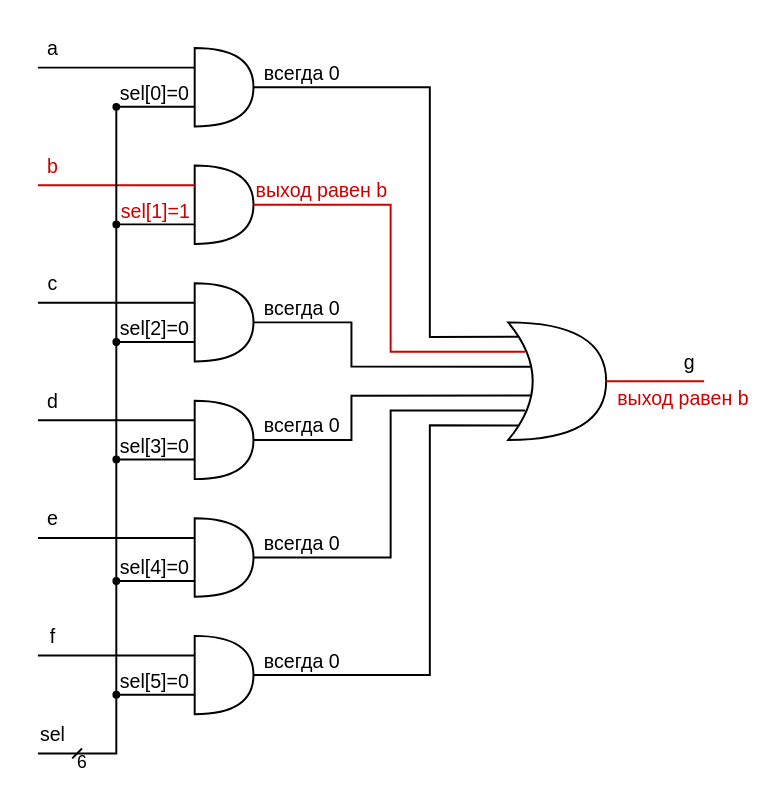
This is .pic/Introduction/How FPGA works/fig_10.drawio.svg from MPSU/APS, a draw.io export, as it was before one commit. Source tidied: cells renumbered, new cells last; positions are measured from the earlier drawing's top-left corner, leaving out a move shared by most shapes. Source of this version:
```xml
<mxGraphModel>
  <root>
    <mxCell id="0" />
    <mxCell id="1" parent="0" />
    <mxCell id="2" style="shape=or;whiteSpace=wrap;html=1;fillColor=none;strokeColor=#000000;fontColor=#424242;strokeWidth=2;" parent="1" vertex="1">
      <mxGeometry x="170" y="20" width="60" height="80" as="geometry" />
    </mxCell>
    <mxCell id="3" style="shape=or;whiteSpace=wrap;html=1;fillColor=none;strokeColor=#000000;fontColor=#424242;strokeWidth=2;" parent="1" vertex="1">
      <mxGeometry x="170" y="140" width="60" height="80" as="geometry" />
    </mxCell>
    <mxCell id="4" style="shape=or;whiteSpace=wrap;html=1;fillColor=none;strokeColor=#000000;fontColor=#424242;strokeWidth=2;" parent="1" vertex="1">
      <mxGeometry x="170" y="260" width="60" height="80" as="geometry" />
    </mxCell>
    <mxCell id="5" style="shape=or;whiteSpace=wrap;html=1;fillColor=none;strokeColor=#000000;fontColor=#424242;strokeWidth=2;" parent="1" vertex="1">
      <mxGeometry x="170" y="380" width="60" height="80" as="geometry" />
    </mxCell>
    <mxCell id="6" style="shape=or;whiteSpace=wrap;html=1;fillColor=none;strokeColor=#000000;fontColor=#424242;strokeWidth=2;" parent="1" vertex="1">
      <mxGeometry x="170" y="500" width="60" height="80" as="geometry" />
    </mxCell>
    <mxCell id="7" style="shape=or;whiteSpace=wrap;html=1;fillColor=none;strokeColor=#000000;fontColor=#424242;strokeWidth=2;" parent="1" vertex="1">
      <mxGeometry x="170" y="620" width="60" height="80" as="geometry" />
    </mxCell>
    <mxCell id="8" style="endArrow=none;html=1;rounded=0;strokeColor=#000000;fontColor=#424242;strokeWidth=2;" parent="1" edge="1">
      <mxGeometry relative="1" as="geometry">
        <mxPoint x="10" y="40" as="sourcePoint" />
        <mxPoint x="170" y="40" as="targetPoint" />
      </mxGeometry>
    </mxCell>
    <mxCell id="9" style="endArrow=none;html=1;rounded=0;strokeColor=#CC0000;fontColor=#424242;strokeWidth=2;" parent="1" edge="1">
      <mxGeometry relative="1" as="geometry">
        <mxPoint x="10" y="160" as="sourcePoint" />
        <mxPoint x="170" y="160" as="targetPoint" />
      </mxGeometry>
    </mxCell>
    <mxCell id="10" style="endArrow=none;html=1;rounded=0;strokeColor=#000000;fontColor=#424242;strokeWidth=2;" parent="1" edge="1">
      <mxGeometry relative="1" as="geometry">
        <mxPoint x="10" y="280" as="sourcePoint" />
        <mxPoint x="170" y="280" as="targetPoint" />
      </mxGeometry>
    </mxCell>
    <mxCell id="11" style="endArrow=none;html=1;rounded=0;strokeColor=#000000;fontColor=#424242;strokeWidth=2;" parent="1" edge="1">
      <mxGeometry relative="1" as="geometry">
        <mxPoint x="10" y="400" as="sourcePoint" />
        <mxPoint x="170" y="400" as="targetPoint" />
      </mxGeometry>
    </mxCell>
    <mxCell id="12" style="endArrow=none;html=1;rounded=0;strokeColor=#000000;fontColor=#424242;strokeWidth=2;" parent="1" edge="1">
      <mxGeometry relative="1" as="geometry">
        <mxPoint x="10" y="520" as="sourcePoint" />
        <mxPoint x="170" y="520" as="targetPoint" />
      </mxGeometry>
    </mxCell>
    <mxCell id="13" style="endArrow=none;html=1;rounded=0;strokeColor=#000000;fontColor=#424242;strokeWidth=2;" parent="1" edge="1">
      <mxGeometry relative="1" as="geometry">
        <mxPoint x="10" y="640" as="sourcePoint" />
        <mxPoint x="170" y="640" as="targetPoint" />
      </mxGeometry>
    </mxCell>
    <mxCell id="14" style="endArrow=none;html=1;rounded=0;startArrow=oval;startFill=1;strokeColor=#000000;fontColor=#424242;strokeWidth=2;" parent="1" edge="1">
      <mxGeometry relative="1" as="geometry">
        <mxPoint x="90" y="680" as="sourcePoint" />
        <mxPoint x="170" y="680" as="targetPoint" />
      </mxGeometry>
    </mxCell>
    <mxCell id="15" style="endArrow=none;html=1;rounded=0;strokeColor=#000000;fontColor=#424242;strokeWidth=2;" parent="1" edge="1">
      <mxGeometry relative="1" as="geometry">
        <mxPoint x="90" y="680" as="sourcePoint" />
        <mxPoint x="90" y="80" as="targetPoint" />
      </mxGeometry>
    </mxCell>
    <mxCell id="16" style="endArrow=none;html=1;rounded=0;strokeColor=#000000;fontColor=#424242;strokeWidth=2;" parent="1" edge="1">
      <mxGeometry relative="1" as="geometry">
        <mxPoint x="10" y="740" as="sourcePoint" />
        <mxPoint x="90" y="680" as="targetPoint" />
        <Array as="points">
          <mxPoint x="90" y="740" />
        </Array>
      </mxGeometry>
    </mxCell>
    <mxCell id="17" style="endArrow=none;html=1;rounded=0;startArrow=oval;startFill=1;strokeColor=#000000;fontColor=#424242;strokeWidth=2;" parent="1" edge="1">
      <mxGeometry relative="1" as="geometry">
        <mxPoint x="90" y="564" as="sourcePoint" />
        <mxPoint x="170" y="564" as="targetPoint" />
      </mxGeometry>
    </mxCell>
    <mxCell id="18" style="endArrow=none;html=1;rounded=0;startArrow=oval;startFill=1;strokeColor=#000000;fontColor=#424242;strokeWidth=2;" parent="1" edge="1">
      <mxGeometry relative="1" as="geometry">
        <mxPoint x="90" y="440" as="sourcePoint" />
        <mxPoint x="170" y="440" as="targetPoint" />
      </mxGeometry>
    </mxCell>
    <mxCell id="19" style="endArrow=none;html=1;rounded=0;startArrow=oval;startFill=1;strokeColor=#000000;fontColor=#424242;strokeWidth=2;" parent="1" edge="1">
      <mxGeometry relative="1" as="geometry">
        <mxPoint x="90" y="320" as="sourcePoint" />
        <mxPoint x="170" y="320" as="targetPoint" />
      </mxGeometry>
    </mxCell>
    <mxCell id="20" style="endArrow=none;html=1;rounded=0;startArrow=oval;startFill=1;strokeColor=#000000;fontColor=#424242;strokeWidth=2;" parent="1" edge="1">
      <mxGeometry relative="1" as="geometry">
        <mxPoint x="90" y="200" as="sourcePoint" />
        <mxPoint x="170" y="200" as="targetPoint" />
      </mxGeometry>
    </mxCell>
    <mxCell id="21" style="endArrow=none;html=1;rounded=0;startArrow=oval;startFill=1;strokeColor=#000000;fontColor=#424242;strokeWidth=2;" parent="1" edge="1">
      <mxGeometry relative="1" as="geometry">
        <mxPoint x="90" y="80" as="sourcePoint" />
        <mxPoint x="170" y="80" as="targetPoint" />
      </mxGeometry>
    </mxCell>
    <mxCell id="22" style="shape=xor;whiteSpace=wrap;html=1;fillColor=none;strokeColor=#000000;fontColor=#424242;strokeWidth=2;" parent="1" vertex="1">
      <mxGeometry x="490" y="300" width="100" height="120" as="geometry" />
    </mxCell>
    <mxCell id="23" style="endArrow=none;html=1;rounded=0;exitX=1;exitY=0.5;exitDx=0;exitDy=0;exitPerimeter=0;entryX=0.108;entryY=0.123;entryDx=0;entryDy=0;entryPerimeter=0;strokeColor=#000000;fontColor=#424242;strokeWidth=2;" parent="1" edge="1" source="2" target="22">
      <mxGeometry relative="1" as="geometry">
        <Array as="points">
          <mxPoint x="410" y="60" />
          <mxPoint x="410" y="315" />
        </Array>
      </mxGeometry>
    </mxCell>
    <mxCell id="24" style="endArrow=none;html=1;rounded=0;exitX=1;exitY=0.5;exitDx=0;exitDy=0;exitPerimeter=0;entryX=0.175;entryY=0.25;entryDx=0;entryDy=0;entryPerimeter=0;strokeColor=#CC0000;fontColor=#424242;strokeWidth=2;" parent="1" edge="1" source="3" target="22">
      <mxGeometry relative="1" as="geometry">
        <Array as="points">
          <mxPoint x="370" y="180" />
          <mxPoint x="370" y="330" />
        </Array>
      </mxGeometry>
    </mxCell>
    <mxCell id="25" style="endArrow=none;html=1;rounded=0;exitX=1;exitY=0.5;exitDx=0;exitDy=0;exitPerimeter=0;entryX=0.232;entryY=0.377;entryDx=0;entryDy=0;entryPerimeter=0;strokeColor=#000000;fontColor=#424242;strokeWidth=2;" parent="1" edge="1" source="4" target="22">
      <mxGeometry relative="1" as="geometry">
        <Array as="points">
          <mxPoint x="330" y="300" />
          <mxPoint x="330" y="345" />
        </Array>
      </mxGeometry>
    </mxCell>
    <mxCell id="26" style="endArrow=none;html=1;rounded=0;exitX=1;exitY=0.5;exitDx=0;exitDy=0;exitPerimeter=0;entryX=0.232;entryY=0.622;entryDx=0;entryDy=0;entryPerimeter=0;strokeColor=#000000;fontColor=#424242;strokeWidth=2;" parent="1" edge="1" source="5" target="22">
      <mxGeometry relative="1" as="geometry">
        <Array as="points">
          <mxPoint x="330" y="420" />
          <mxPoint x="330" y="375" />
        </Array>
      </mxGeometry>
    </mxCell>
    <mxCell id="27" style="endArrow=none;html=1;rounded=0;exitX=1;exitY=0.5;exitDx=0;exitDy=0;exitPerimeter=0;entryX=0.175;entryY=0.75;entryDx=0;entryDy=0;entryPerimeter=0;strokeColor=#000000;fontColor=#424242;strokeWidth=2;" parent="1" edge="1" source="6" target="22">
      <mxGeometry relative="1" as="geometry">
        <Array as="points">
          <mxPoint x="370" y="540" />
          <mxPoint x="370" y="390" />
        </Array>
      </mxGeometry>
    </mxCell>
    <mxCell id="28" style="endArrow=none;html=1;rounded=0;exitX=1;exitY=0.5;exitDx=0;exitDy=0;exitPerimeter=0;entryX=0.103;entryY=0.877;entryDx=0;entryDy=0;entryPerimeter=0;strokeColor=#000000;fontColor=#424242;strokeWidth=2;" parent="1" edge="1" source="7" target="22">
      <mxGeometry relative="1" as="geometry">
        <Array as="points">
          <mxPoint x="410" y="660" />
          <mxPoint x="410" y="405" />
        </Array>
      </mxGeometry>
    </mxCell>
    <mxCell id="29" style="endArrow=none;html=1;rounded=0;exitX=1;exitY=0.5;exitDx=0;exitDy=0;exitPerimeter=0;strokeColor=#CC0000;fontColor=#424242;strokeWidth=2;" parent="1" edge="1" source="22">
      <mxGeometry relative="1" as="geometry">
        <mxPoint x="690" y="360" as="targetPoint" />
      </mxGeometry>
    </mxCell>
    <mxCell id="30" value="a" style="text;html=1;align=center;verticalAlign=middle;strokeColor=none;fillColor=none;fontSize=20;fontColor=#000000;strokeWidth=2;" parent="1" vertex="1">
      <mxGeometry x="10" width="30" height="40" as="geometry" />
    </mxCell>
    <mxCell id="31" value="b" style="text;html=1;align=center;verticalAlign=middle;strokeColor=none;fillColor=none;fontSize=20;fontColor=#CC0000;strokeWidth=2;" parent="1" vertex="1">
      <mxGeometry x="10" y="120" width="30" height="40" as="geometry" />
    </mxCell>
    <mxCell id="32" value="c" style="text;html=1;align=center;verticalAlign=middle;strokeColor=none;fillColor=none;fontSize=20;fontColor=#000000;strokeWidth=2;" parent="1" vertex="1">
      <mxGeometry x="10" y="240" width="30" height="40" as="geometry" />
    </mxCell>
    <mxCell id="33" value="d" style="text;html=1;align=center;verticalAlign=middle;strokeColor=none;fillColor=none;fontSize=20;fontColor=#000000;strokeWidth=2;" parent="1" vertex="1">
      <mxGeometry x="10" y="360" width="30" height="40" as="geometry" />
    </mxCell>
    <mxCell id="34" value="e" style="text;html=1;align=center;verticalAlign=middle;strokeColor=none;fillColor=none;fontSize=20;fontColor=#000000;strokeWidth=2;" parent="1" vertex="1">
      <mxGeometry x="10" y="480" width="30" height="40" as="geometry" />
    </mxCell>
    <mxCell id="35" value="f" style="text;html=1;align=center;verticalAlign=middle;strokeColor=none;fillColor=none;fontSize=20;fontColor=#000000;strokeWidth=2;" parent="1" vertex="1">
      <mxGeometry x="10" y="600" width="30" height="40" as="geometry" />
    </mxCell>
    <mxCell id="36" value="sel" style="text;html=1;align=center;verticalAlign=middle;strokeColor=none;fillColor=none;fontSize=20;fontColor=#000000;strokeWidth=2;" parent="1" vertex="1">
      <mxGeometry y="700" width="50" height="40" as="geometry" />
    </mxCell>
    <mxCell id="37" style="endArrow=none;html=1;rounded=0;fontSize=20;strokeColor=#000000;fontColor=#424242;strokeWidth=2;" parent="1" edge="1">
      <mxGeometry relative="1" as="geometry">
        <mxPoint x="45" y="745" as="sourcePoint" />
        <mxPoint x="55" y="735" as="targetPoint" />
      </mxGeometry>
    </mxCell>
    <mxCell id="38" value="sel[5]=0" style="text;html=1;align=center;verticalAlign=middle;strokeColor=none;fillColor=none;fontSize=20;fontColor=#000000;strokeWidth=2;" parent="1" vertex="1">
      <mxGeometry x="84" y="646" width="90" height="40" as="geometry" />
    </mxCell>
    <mxCell id="39" value="sel[4]=0" style="text;html=1;align=center;verticalAlign=middle;strokeColor=none;fillColor=none;fontSize=20;fontColor=#000000;strokeWidth=2;" parent="1" vertex="1">
      <mxGeometry x="84" y="530" width="90" height="40" as="geometry" />
    </mxCell>
    <mxCell id="40" value="sel[3]=0" style="text;html=1;align=center;verticalAlign=middle;strokeColor=none;fillColor=none;fontSize=20;fontColor=#000000;strokeWidth=2;" parent="1" vertex="1">
      <mxGeometry x="84" y="406" width="90" height="40" as="geometry" />
    </mxCell>
    <mxCell id="41" value="sel[2]=0" style="text;html=1;align=center;verticalAlign=middle;strokeColor=none;fillColor=none;fontSize=20;fontColor=#000000;strokeWidth=2;" parent="1" vertex="1">
      <mxGeometry x="84" y="286" width="90" height="40" as="geometry" />
    </mxCell>
    <mxCell id="42" value="sel[1]=1" style="text;html=1;align=center;verticalAlign=middle;strokeColor=none;fillColor=none;fontSize=20;fontColor=#CC0000;strokeWidth=2;" parent="1" vertex="1">
      <mxGeometry x="85" y="166" width="90" height="40" as="geometry" />
    </mxCell>
    <mxCell id="43" value="sel[0]=0" style="text;html=1;align=center;verticalAlign=middle;strokeColor=none;fillColor=none;fontSize=20;fontColor=#000000;strokeWidth=2;" parent="1" vertex="1">
      <mxGeometry x="84" y="46" width="90" height="40" as="geometry" />
    </mxCell>
    <mxCell id="44" value="g" style="text;html=1;align=center;verticalAlign=middle;strokeColor=none;fillColor=none;fontSize=20;fontColor=#000000;strokeWidth=2;" parent="1" vertex="1">
      <mxGeometry x="660" y="320" width="30" height="40" as="geometry" />
    </mxCell>
    <mxCell id="45" value="&lt;font style=&quot;font-size: 20px;&quot;&gt;всегда 0&lt;br&gt;&lt;/font&gt;" style="text;html=1;strokeColor=none;fillColor=none;align=center;verticalAlign=middle;whiteSpace=wrap;rounded=0;fontSize=11;fontColor=#000000;" parent="1" vertex="1">
      <mxGeometry x="230" y="30" width="100" height="30" as="geometry" />
    </mxCell>
    <mxCell id="46" value="&lt;font style=&quot;font-size: 20px;&quot;&gt;всегда 0&lt;br&gt;&lt;/font&gt;" style="text;html=1;strokeColor=none;fillColor=none;align=center;verticalAlign=middle;whiteSpace=wrap;rounded=0;fontSize=11;fontColor=#000000;" parent="1" vertex="1">
      <mxGeometry x="230" y="270" width="100" height="30" as="geometry" />
    </mxCell>
    <mxCell id="47" value="&lt;font style=&quot;font-size: 20px;&quot;&gt;всегда 0&lt;br&gt;&lt;/font&gt;" style="text;html=1;strokeColor=none;fillColor=none;align=center;verticalAlign=middle;whiteSpace=wrap;rounded=0;fontSize=11;fontColor=#000000;" parent="1" vertex="1">
      <mxGeometry x="230" y="390" width="100" height="30" as="geometry" />
    </mxCell>
    <mxCell id="48" value="&lt;font style=&quot;font-size: 20px;&quot;&gt;всегда 0&lt;br&gt;&lt;/font&gt;" style="text;html=1;strokeColor=none;fillColor=none;align=center;verticalAlign=middle;whiteSpace=wrap;rounded=0;fontSize=11;fontColor=#000000;" parent="1" vertex="1">
      <mxGeometry x="230" y="510" width="100" height="30" as="geometry" />
    </mxCell>
    <mxCell id="49" value="&lt;font style=&quot;font-size: 20px;&quot;&gt;всегда 0&lt;br&gt;&lt;/font&gt;" style="text;html=1;strokeColor=none;fillColor=none;align=center;verticalAlign=middle;whiteSpace=wrap;rounded=0;fontSize=11;fontColor=#000000;" parent="1" vertex="1">
      <mxGeometry x="230" y="630" width="100" height="30" as="geometry" />
    </mxCell>
    <mxCell id="50" value="&lt;font style=&quot;font-size: 20px;&quot;&gt;выход равен b&lt;br&gt;&lt;/font&gt;" style="text;html=1;strokeColor=none;fillColor=none;align=center;verticalAlign=middle;whiteSpace=wrap;rounded=0;fontSize=11;fontColor=#CC0000;" parent="1" vertex="1">
      <mxGeometry x="230" y="150" width="140" height="30" as="geometry" />
    </mxCell>
    <mxCell id="51" value="6" style="text;html=1;align=center;verticalAlign=middle;strokeColor=none;fillColor=none;fontSize=18;fontColor=#000000;strokeWidth=2;" parent="1" vertex="1">
      <mxGeometry x="40" y="730" width="30" height="40" as="geometry" />
    </mxCell>
    <mxCell id="52" value="&lt;font style=&quot;font-size: 20px;&quot;&gt;выход равен b&lt;br&gt;&lt;/font&gt;" style="text;html=1;strokeColor=none;fillColor=none;align=center;verticalAlign=middle;whiteSpace=wrap;rounded=0;fontSize=11;fontColor=#CC0000;" parent="1" vertex="1">
      <mxGeometry x="599" y="362" width="140" height="30" as="geometry" />
    </mxCell>
  </root>
</mxGraphModel>
```
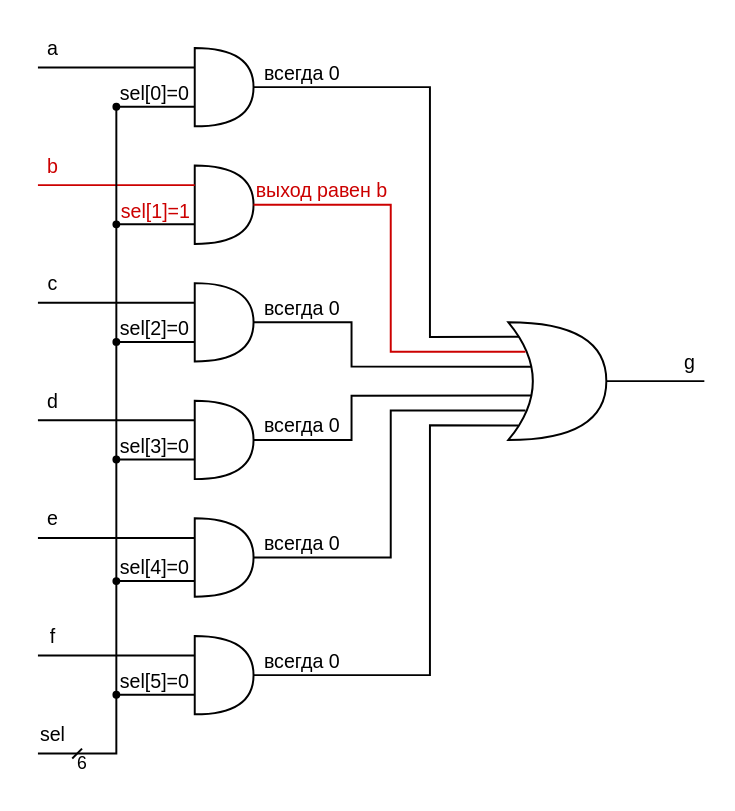
The same diagram one commit later.

Diff of the diagram source:
```diff
@@ -158,7 +158,7 @@
         </Array>
       </mxGeometry>
     </mxCell>
-    <mxCell id="29" style="endArrow=none;html=1;rounded=0;exitX=1;exitY=0.5;exitDx=0;exitDy=0;exitPerimeter=0;strokeColor=#CC0000;fontColor=#424242;strokeWidth=2;" parent="1" edge="1" source="22">
+    <mxCell id="29" style="endArrow=none;html=1;rounded=0;exitX=1;exitY=0.5;exitDx=0;exitDy=0;exitPerimeter=0;strokeColor=#000000;fontColor=#424242;strokeWidth=2;" parent="1" edge="1" source="22">
       <mxGeometry relative="1" as="geometry">
         <mxPoint x="690" y="360" as="targetPoint" />
       </mxGeometry>
@@ -232,8 +232,5 @@
     <mxCell id="51" value="6" style="text;html=1;align=center;verticalAlign=middle;strokeColor=none;fillColor=none;fontSize=18;fontColor=#000000;strokeWidth=2;" parent="1" vertex="1">
       <mxGeometry x="40" y="730" width="30" height="40" as="geometry" />
     </mxCell>
-    <mxCell id="52" value="&lt;font style=&quot;font-size: 20px;&quot;&gt;выход равен b&lt;br&gt;&lt;/font&gt;" style="text;html=1;strokeColor=none;fillColor=none;align=center;verticalAlign=middle;whiteSpace=wrap;rounded=0;fontSize=11;fontColor=#CC0000;" parent="1" vertex="1">
-      <mxGeometry x="599" y="362" width="140" height="30" as="geometry" />
-    </mxCell>
   </root>
 </mxGraphModel>
```
